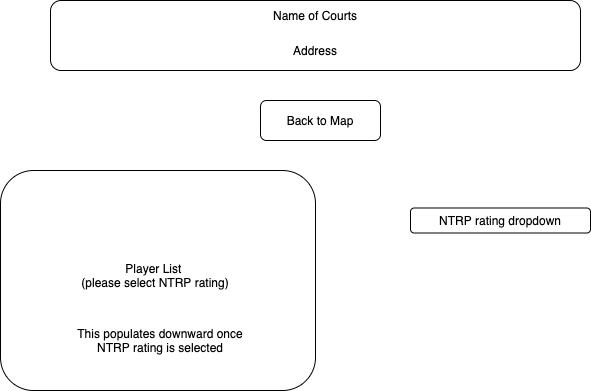
Before: images/court_page.png, a diagram exported from draw.io (tanner-schmutte/40love). Source tidied: cells renumbered, new cells last; positions are measured from the earlier drawing's top-left corner, leaving out a move shared by most shapes. Its diagram source:
```xml
<mxGraphModel>
  <root>
    <mxCell id="0" />
    <mxCell id="1" parent="0" />
    <mxCell id="2" style="rounded=1;whiteSpace=wrap;html=1;" parent="1" vertex="1">
      <mxGeometry x="50" width="530" height="70" as="geometry" />
    </mxCell>
    <mxCell id="3" value="Name of Courts" style="text;html=1;strokeColor=none;fillColor=none;align=center;verticalAlign=middle;whiteSpace=wrap;rounded=0;" parent="1" vertex="1">
      <mxGeometry x="255" y="10" width="120" height="10" as="geometry" />
    </mxCell>
    <mxCell id="4" value="Address" style="text;html=1;strokeColor=none;fillColor=none;align=center;verticalAlign=middle;whiteSpace=wrap;rounded=0;" parent="1" vertex="1">
      <mxGeometry x="295" y="40" width="40" height="20" as="geometry" />
    </mxCell>
    <mxCell id="5" style="rounded=1;whiteSpace=wrap;html=1;" parent="1" vertex="1">
      <mxGeometry y="170" width="315" height="220" as="geometry" />
    </mxCell>
    <mxCell id="6" value="Player List&amp;nbsp;&lt;br&gt;(please select NTRP rating)" style="text;html=1;strokeColor=none;fillColor=none;align=center;verticalAlign=middle;whiteSpace=wrap;rounded=0;" parent="1" vertex="1">
      <mxGeometry x="60" y="230" width="190" height="90" as="geometry" />
    </mxCell>
    <mxCell id="7" style="rounded=1;whiteSpace=wrap;html=1;" parent="1" vertex="1">
      <mxGeometry x="410" y="207.5" width="180" height="25" as="geometry" />
    </mxCell>
    <mxCell id="8" value="NTRP rating dropdown" style="text;html=1;strokeColor=none;fillColor=none;align=center;verticalAlign=middle;whiteSpace=wrap;rounded=0;" parent="1" vertex="1">
      <mxGeometry x="420" y="210" width="160" height="20" as="geometry" />
    </mxCell>
    <mxCell id="9" value="This populates downward once NTRP rating is selected" style="text;html=1;strokeColor=none;fillColor=none;align=center;verticalAlign=middle;whiteSpace=wrap;rounded=0;" parent="1" vertex="1">
      <mxGeometry x="60" y="330" width="200" height="20" as="geometry" />
    </mxCell>
    <mxCell id="10" style="rounded=1;whiteSpace=wrap;html=1;" parent="1" vertex="1">
      <mxGeometry x="260" y="100" width="120" height="40" as="geometry" />
    </mxCell>
    <mxCell id="11" value="Back to Map" style="text;html=1;strokeColor=none;fillColor=none;align=center;verticalAlign=middle;whiteSpace=wrap;rounded=0;" parent="1" vertex="1">
      <mxGeometry x="270" y="110" width="100" height="20" as="geometry" />
    </mxCell>
  </root>
</mxGraphModel>
```
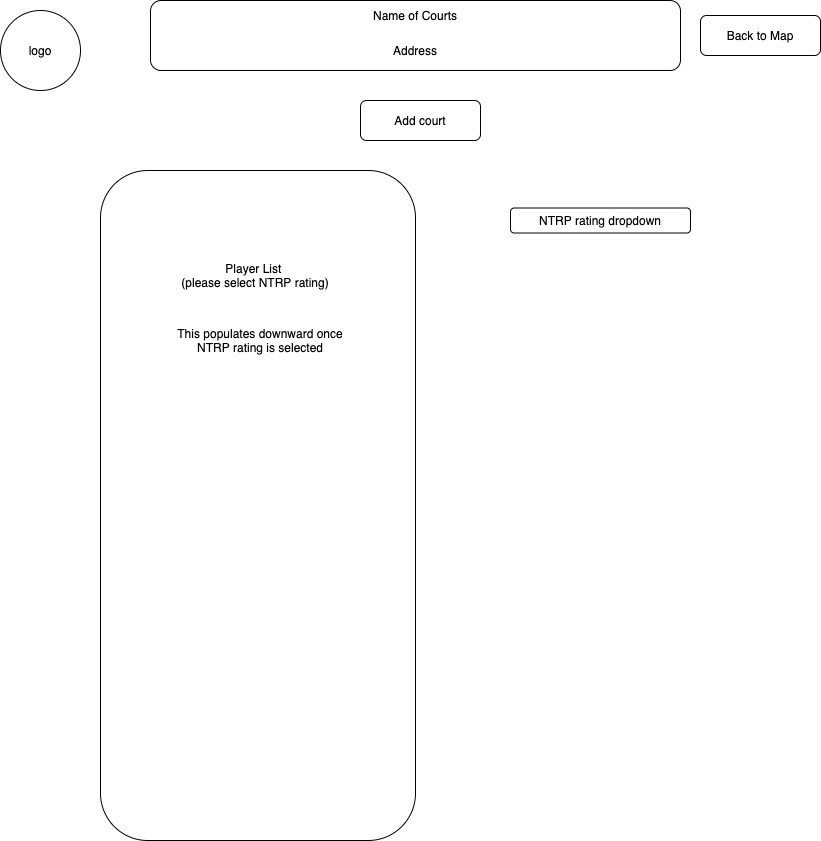
Later version of the same file.

Commit message:
mockup courts page

The edit, as a diff of the source:
```diff
@@ -12,7 +12,7 @@
       <mxGeometry x="295" y="40" width="40" height="20" as="geometry" />
     </mxCell>
     <mxCell id="5" style="rounded=1;whiteSpace=wrap;html=1;" parent="1" vertex="1">
-      <mxGeometry y="170" width="315" height="220" as="geometry" />
+      <mxGeometry y="170" width="315" height="670" as="geometry" />
     </mxCell>
     <mxCell id="6" value="Player List&amp;nbsp;&lt;br&gt;(please select NTRP rating)" style="text;html=1;strokeColor=none;fillColor=none;align=center;verticalAlign=middle;whiteSpace=wrap;rounded=0;" parent="1" vertex="1">
       <mxGeometry x="60" y="230" width="190" height="90" as="geometry" />
@@ -27,10 +27,22 @@
       <mxGeometry x="60" y="330" width="200" height="20" as="geometry" />
     </mxCell>
     <mxCell id="10" style="rounded=1;whiteSpace=wrap;html=1;" parent="1" vertex="1">
-      <mxGeometry x="260" y="100" width="120" height="40" as="geometry" />
+      <mxGeometry x="600" y="15" width="120" height="40" as="geometry" />
     </mxCell>
     <mxCell id="11" value="Back to Map" style="text;html=1;strokeColor=none;fillColor=none;align=center;verticalAlign=middle;whiteSpace=wrap;rounded=0;" parent="1" vertex="1">
-      <mxGeometry x="270" y="110" width="100" height="20" as="geometry" />
+      <mxGeometry x="610" y="25" width="100" height="20" as="geometry" />
     </mxCell>
+    <mxCell id="12" style="rounded=1;whiteSpace=wrap;html=1;" parent="1" vertex="1">
+      <mxGeometry x="260" y="100" width="120" height="40" as="geometry" />
+    </mxCell>
+    <mxCell id="13" value="Add court" style="text;html=1;strokeColor=none;fillColor=none;align=center;verticalAlign=middle;whiteSpace=wrap;rounded=0;" parent="1" vertex="1">
+      <mxGeometry x="280" y="110" width="80" height="20" as="geometry" />
+    </mxCell>
+    <mxCell id="14" style="ellipse;whiteSpace=wrap;html=1;" parent="1" vertex="1">
+      <mxGeometry x="-100" y="10" width="80" height="80" as="geometry" />
+    </mxCell>
+    <mxCell id="15" value="logo" style="text;html=1;strokeColor=none;fillColor=none;align=center;verticalAlign=middle;whiteSpace=wrap;rounded=0;" parent="1" vertex="1">
+      <mxGeometry x="-80" y="40" width="40" height="20" as="geometry" />
+    </mxCell>
   </root>
 </mxGraphModel>
```
